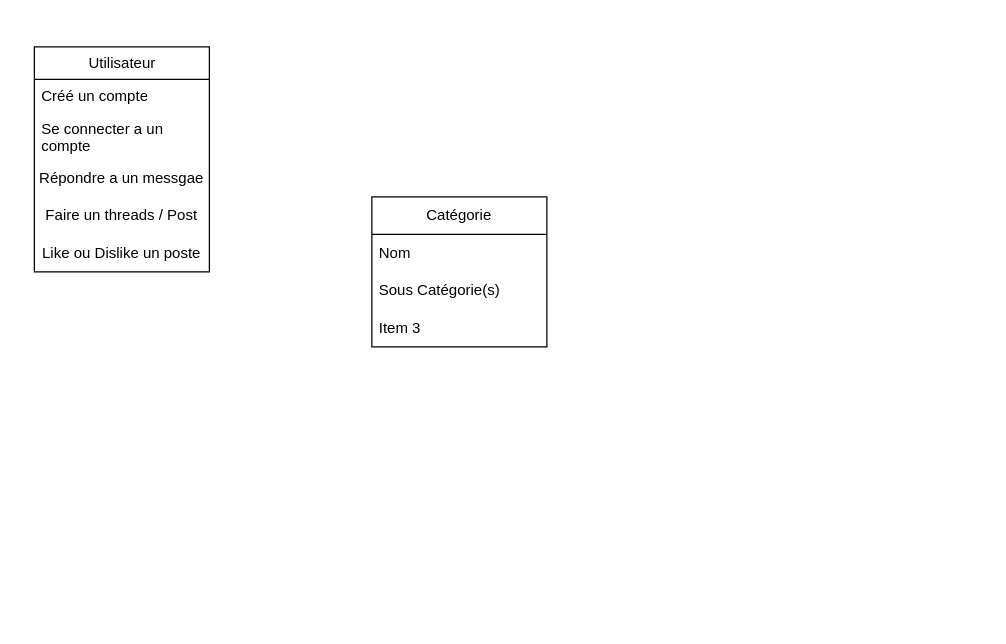
Above: Drawio/Exo2bd.dio in shadowforce78/UVSQ (draw.io), before the change. Source tidied: cells renumbered, new cells numbered last; positions are measured from the earlier drawing's top-left corner, leaving out a move shared by most shapes. Both pictures are drawn from the tidied source at 125%, with x=0, y=0 at pixel (34, 46).
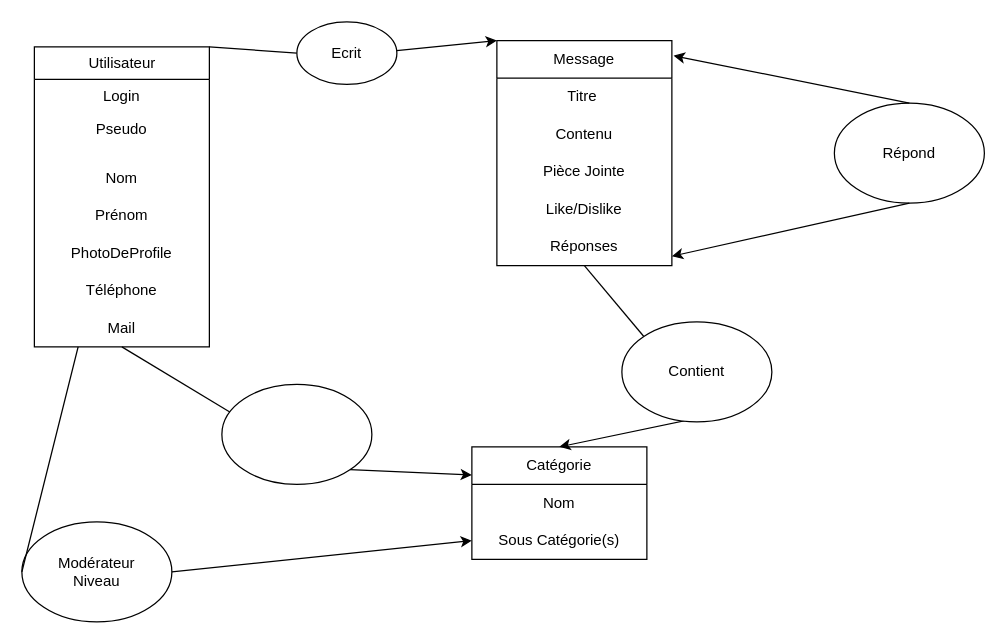
Above is the later version.

Commit message (it also covers changes not shown here):
vault backup: 2024-11-22 14:38:34

What changed in the source:
```diff
@@
+    <mxCell id="12" style="edgeStyle=none;html=1;exitX=1;exitY=0;exitDx=0;exitDy=0;entryX=0;entryY=0;entryDx=0;entryDy=0;startArrow=none;" parent="1" edge="1" source="22" target="15">
+      <mxGeometry relative="1" as="geometry">
+        <Array as="points">
+          <mxPoint x="220" y="10" />
+        </Array>
+      </mxGeometry>
+    </mxCell>
-    <mxCell id="2" value="Utilisateur" style="swimlane;fontStyle=0;horizontal=1;startSize=26;fillColor=none;html=1;" parent="1" vertex="1">
-      <mxGeometry width="140" height="180" as="geometry" />
+    <mxCell id="2" value="Utilisateur" style="swimlane;fontStyle=0;horizontal=1;startSize=26;fillColor=none;html=1;align=center;" parent="1" vertex="1">
+      <mxGeometry width="140" height="240" as="geometry" />
     </mxCell>
-    <mxCell id="3" value="Créé un compte" style="text;strokeColor=none;fillColor=none;align=left;verticalAlign=top;spacingLeft=4;spacingRight=4;overflow=hidden;whiteSpace=wrap;html=1;" parent="2" vertex="1">
+    <mxCell id="3" value="Login" style="text;strokeColor=none;fillColor=none;align=center;verticalAlign=top;spacingLeft=4;spacingRight=4;overflow=hidden;whiteSpace=wrap;html=1;" parent="2" vertex="1">
       <mxGeometry y="26" width="140" height="26" as="geometry" />
     </mxCell>
-    <mxCell id="4" value="Se connecter a un compte&lt;br&gt;" style="text;strokeColor=none;fillColor=none;align=left;verticalAlign=top;spacingLeft=4;spacingRight=4;overflow=hidden;whiteSpace=wrap;html=1;" parent="2" vertex="1">
+    <mxCell id="4" value="Pseudo" style="text;strokeColor=none;fillColor=none;align=center;verticalAlign=top;spacingLeft=4;spacingRight=4;overflow=hidden;whiteSpace=wrap;html=1;" parent="2" vertex="1">
       <mxGeometry y="52" width="140" height="38" as="geometry" />
     </mxCell>
-    <mxCell id="5" value="Répondre a un messgae" style="text;html=1;strokeColor=none;fillColor=none;align=center;verticalAlign=middle;whiteSpace=wrap;rounded=0;" parent="2" vertex="1">
+    <mxCell id="5" value="Nom" style="text;html=1;strokeColor=none;fillColor=none;align=center;verticalAlign=middle;whiteSpace=wrap;rounded=0;" parent="2" vertex="1">
       <mxGeometry y="90" width="140" height="30" as="geometry" />
     </mxCell>
-    <mxCell id="6" value="Faire un threads / Post" style="text;html=1;strokeColor=none;fillColor=none;align=center;verticalAlign=middle;whiteSpace=wrap;rounded=0;" parent="2" vertex="1">
+    <mxCell id="6" value="Prénom" style="text;html=1;strokeColor=none;fillColor=none;align=center;verticalAlign=middle;whiteSpace=wrap;rounded=0;" parent="2" vertex="1">
       <mxGeometry y="120" width="140" height="30" as="geometry" />
     </mxCell>
-    <mxCell id="7" value="Like ou Dislike un poste" style="text;html=1;strokeColor=none;fillColor=none;align=center;verticalAlign=middle;whiteSpace=wrap;rounded=0;" parent="2" vertex="1">
+    <mxCell id="7" value="PhotoDeProfile" style="text;html=1;strokeColor=none;fillColor=none;align=center;verticalAlign=middle;whiteSpace=wrap;rounded=0;" parent="2" vertex="1">
       <mxGeometry y="150" width="140" height="30" as="geometry" />
     </mxCell>
+    <mxCell id="13" value="Téléphone" style="text;html=1;strokeColor=none;fillColor=none;align=center;verticalAlign=middle;whiteSpace=wrap;rounded=0;" parent="2" vertex="1">
+      <mxGeometry y="180" width="140" height="30" as="geometry" />
+    </mxCell>
+    <mxCell id="14" value="Mail" style="text;html=1;strokeColor=none;fillColor=none;align=center;verticalAlign=middle;whiteSpace=wrap;rounded=0;" parent="2" vertex="1">
+      <mxGeometry y="210" width="140" height="30" as="geometry" />
+    </mxCell>
-    <mxCell id="8" value="Catégorie" style="swimlane;fontStyle=0;horizontal=1;startSize=30;whiteSpace=wrap;html=1;" parent="1" vertex="1">
-      <mxGeometry x="270" y="120" width="140" height="120" as="geometry" />
+    <mxCell id="8" value="Catégorie" style="swimlane;fontStyle=0;horizontal=1;startSize=30;whiteSpace=wrap;html=1;align=center;" parent="1" vertex="1">
+      <mxGeometry x="350" y="320" width="140" height="90" as="geometry" />
     </mxCell>
-    <mxCell id="9" value="Nom" style="text;strokeColor=none;fillColor=none;align=left;verticalAlign=middle;spacingLeft=4;spacingRight=4;overflow=hidden;whiteSpace=wrap;html=1;" parent="8" vertex="1">
+    <mxCell id="9" value="Nom" style="text;strokeColor=none;fillColor=none;align=center;verticalAlign=middle;spacingLeft=4;spacingRight=4;overflow=hidden;whiteSpace=wrap;html=1;" parent="8" vertex="1">
       <mxGeometry y="30" width="140" height="30" as="geometry" />
     </mxCell>
-    <mxCell id="10" value="Sous Catégorie(s)" style="text;strokeColor=none;fillColor=none;align=left;verticalAlign=middle;spacingLeft=4;spacingRight=4;overflow=hidden;points=[[0,0.5],[1,0.5]];portConstraint=eastwest;whiteSpace=wrap;html=1;" parent="8" vertex="1">
+    <mxCell id="10" value="Sous Catégorie(s)" style="text;strokeColor=none;fillColor=none;align=center;verticalAlign=middle;spacingLeft=4;spacingRight=4;overflow=hidden;points=[[0,0.5],[1,0.5]];portConstraint=eastwest;whiteSpace=wrap;html=1;" parent="8" vertex="1">
       <mxGeometry y="60" width="140" height="30" as="geometry" />
     </mxCell>
-    <mxCell id="11" value="Item 3" style="text;strokeColor=none;fillColor=none;align=left;verticalAlign=middle;spacingLeft=4;spacingRight=4;overflow=hidden;whiteSpace=wrap;html=1;" parent="8" vertex="1">
-      <mxGeometry y="90" width="140" height="30" as="geometry" />
-    </mxCell>
+    <mxCell id="15" value="Message" style="swimlane;fontStyle=0;horizontal=1;startSize=30;whiteSpace=wrap;html=1;align=center;" parent="1" vertex="1">
+      <mxGeometry x="370" y="-5" width="140" height="180" as="geometry" />
+    </mxCell>
+    <mxCell id="16" value="Titre&lt;span style=&quot;white-space: pre;&quot;&gt;&#9;&lt;/span&gt;" style="text;strokeColor=none;fillColor=none;align=center;verticalAlign=middle;spacingLeft=4;spacingRight=4;overflow=hidden;whiteSpace=wrap;html=1;" parent="15" vertex="1">
+      <mxGeometry y="30" width="140" height="30" as="geometry" />
+    </mxCell>
+    <mxCell id="17" value="Contenu" style="text;strokeColor=none;fillColor=none;align=center;verticalAlign=middle;spacingLeft=4;spacingRight=4;overflow=hidden;whiteSpace=wrap;html=1;" parent="15" vertex="1">
+      <mxGeometry y="60" width="140" height="30" as="geometry" />
+    </mxCell>
+    <mxCell id="18" value="Pièce Jointe" style="text;strokeColor=none;fillColor=none;align=center;verticalAlign=middle;spacingLeft=4;spacingRight=4;overflow=hidden;whiteSpace=wrap;html=1;" parent="15" vertex="1">
+      <mxGeometry y="90" width="140" height="30" as="geometry" />
+    </mxCell>
+    <mxCell id="19" value="Like/Dislike" style="text;html=1;strokeColor=none;fillColor=none;align=center;verticalAlign=middle;whiteSpace=wrap;rounded=0;" parent="15" vertex="1">
+      <mxGeometry y="120" width="140" height="30" as="geometry" />
+    </mxCell>
+    <mxCell id="20" value="Réponses" style="text;html=1;strokeColor=none;fillColor=none;align=center;verticalAlign=middle;whiteSpace=wrap;rounded=0;" parent="15" vertex="1">
+      <mxGeometry y="150" width="140" height="30" as="geometry" />
+    </mxCell>
+    <mxCell id="21" style="edgeStyle=none;html=1;exitX=1;exitY=0;exitDx=0;exitDy=0;entryX=0;entryY=0.5;entryDx=0;entryDy=0;endArrow=none;" parent="1" edge="1" source="2" target="22">
+      <mxGeometry relative="1" as="geometry" />
+    </mxCell>
+    <mxCell id="22" value="Ecrit" style="ellipse;whiteSpace=wrap;html=1;" parent="1" vertex="1">
+      <mxGeometry x="210" y="-20" width="80" height="50" as="geometry" />
+    </mxCell>
+    <mxCell id="23" style="edgeStyle=none;html=1;exitX=1;exitY=1;exitDx=0;exitDy=0;entryX=0.5;entryY=0;entryDx=0;entryDy=0;startArrow=none;" parent="1" edge="1" source="25" target="8">
+      <mxGeometry relative="1" as="geometry" />
+    </mxCell>
+    <mxCell id="24" style="edgeStyle=none;html=1;entryX=0;entryY=0;entryDx=0;entryDy=0;endArrow=none;exitX=0.5;exitY=1;exitDx=0;exitDy=0;" parent="1" edge="1" source="20" target="25">
+      <mxGeometry relative="1" as="geometry" />
+    </mxCell>
+    <mxCell id="25" value="Contient" style="ellipse;whiteSpace=wrap;html=1;" parent="1" vertex="1">
+      <mxGeometry x="470" y="220" width="120" height="80" as="geometry" />
+    </mxCell>
+    <mxCell id="26" style="edgeStyle=none;html=1;exitX=1;exitY=1;exitDx=0;exitDy=0;entryX=0;entryY=0.25;entryDx=0;entryDy=0;startArrow=none;" parent="1" edge="1" source="28" target="8">
+      <mxGeometry relative="1" as="geometry" />
+    </mxCell>
+    <mxCell id="27" style="edgeStyle=none;html=1;exitX=0.5;exitY=1;exitDx=0;exitDy=0;entryX=0;entryY=0.25;entryDx=0;entryDy=0;endArrow=none;" parent="1" edge="1" source="14" target="28">
+      <mxGeometry relative="1" as="geometry" />
+    </mxCell>
+    <mxCell id="28" style="ellipse;whiteSpace=wrap;html=1;fillColor=none;" parent="1" vertex="1">
+      <mxGeometry x="150" y="270" width="120" height="80" as="geometry" />
+    </mxCell>
+    <mxCell id="29" style="edgeStyle=none;html=1;exitX=0.5;exitY=0;exitDx=0;exitDy=0;entryX=1.01;entryY=0.067;entryDx=0;entryDy=0;entryPerimeter=0;" parent="1" edge="1" source="31" target="15">
+      <mxGeometry relative="1" as="geometry" />
+    </mxCell>
+    <mxCell id="30" style="edgeStyle=none;html=1;exitX=0.5;exitY=1;exitDx=0;exitDy=0;entryX=1;entryY=0.75;entryDx=0;entryDy=0;" parent="1" edge="1" source="31" target="20">
+      <mxGeometry relative="1" as="geometry" />
+    </mxCell>
+    <mxCell id="31" value="Répond" style="ellipse;whiteSpace=wrap;html=1;fillColor=none;" parent="1" vertex="1">
+      <mxGeometry x="640" y="45" width="120" height="80" as="geometry" />
+    </mxCell>
+    <mxCell id="32" style="edgeStyle=none;html=1;exitX=1;exitY=0.5;exitDx=0;exitDy=0;entryX=0;entryY=0.5;entryDx=0;entryDy=0;startArrow=none;" parent="1" edge="1" source="34" target="10">
+      <mxGeometry relative="1" as="geometry" />
+    </mxCell>
+    <mxCell id="33" style="edgeStyle=none;html=1;exitX=0.25;exitY=1;exitDx=0;exitDy=0;entryX=0;entryY=0.5;entryDx=0;entryDy=0;endArrow=none;" parent="1" edge="1" source="14" target="34">
+      <mxGeometry relative="1" as="geometry" />
+    </mxCell>
+    <mxCell id="34" value="Modérateur&lt;br&gt;Niveau" style="ellipse;whiteSpace=wrap;html=1;fillColor=none;" parent="1" vertex="1">
+      <mxGeometry x="-10" y="380" width="120" height="80" as="geometry" />
+    </mxCell>
```
